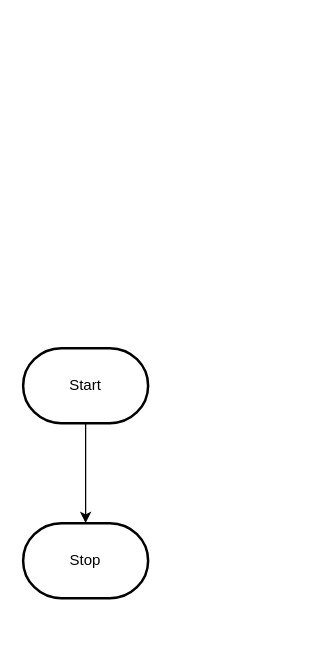
The draw.io diagram design/flowchart.drawio in MTHS-ICS2O-2-2022/ICS2O-Unit-6-04-alyssia-fung, before the edit. Source tidied: cells renumbered, new cells numbered last; positions are measured from the earlier drawing's top-left corner, leaving out a move shared by most shapes. Both pictures are drawn from the tidied source at 125%, with x=0, y=0 at pixel (22, 348).
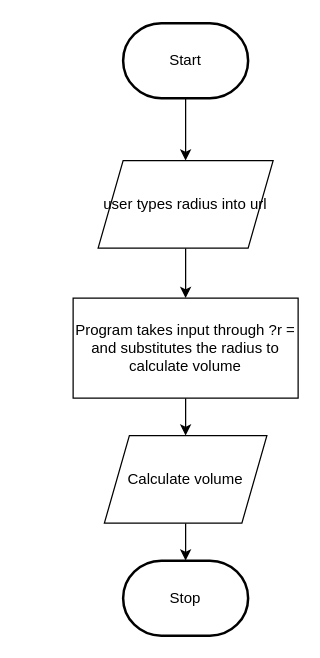
After the change.

The edit, as a diff of the source:
```diff
@@
 <mxGraphModel>
   <root>
     <mxCell id="0" />
     <mxCell id="1" parent="0" />
-    <mxCell id="2" style="edgeStyle=orthogonalEdgeStyle;html=1;rounded=0;" parent="1" edge="1" source="3" target="4">
+    <mxCell id="2" style="edgeStyle=orthogonalEdgeStyle;html=1;rounded=0;" parent="1" edge="1" source="3" target="6">
       <mxGeometry relative="1" as="geometry" />
     </mxCell>
     <mxCell id="3" value="Start" style="strokeWidth=2;html=1;shape=mxgraph.flowchart.terminator;whiteSpace=wrap;" parent="1" vertex="1">
-      <mxGeometry width="100" height="60" as="geometry" />
+      <mxGeometry x="80" y="-260" width="100" height="60" as="geometry" />
     </mxCell>
     <mxCell id="4" value="Stop" style="strokeWidth=2;html=1;shape=mxgraph.flowchart.terminator;whiteSpace=wrap;" parent="1" vertex="1">
-      <mxGeometry y="140" width="100" height="60" as="geometry" />
+      <mxGeometry x="80" y="170" width="100" height="60" as="geometry" />
     </mxCell>
+    <mxCell id="5" style="edgeStyle=orthogonalEdgeStyle;rounded=0;html=1;entryX=0.5;entryY=0;entryDx=0;entryDy=0;" parent="1" edge="1" source="6" target="10">
+      <mxGeometry relative="1" as="geometry" />
+    </mxCell>
+    <mxCell id="6" value="user types radius into url" style="shape=parallelogram;perimeter=parallelogramPerimeter;whiteSpace=wrap;html=1;fixedSize=1;" parent="1" vertex="1">
+      <mxGeometry x="60" y="-150" width="140" height="70" as="geometry" />
+    </mxCell>
+    <mxCell id="7" style="edgeStyle=orthogonalEdgeStyle;rounded=0;html=1;" parent="1" edge="1" source="8" target="4">
+      <mxGeometry relative="1" as="geometry" />
+    </mxCell>
+    <mxCell id="8" value="Calculate volume" style="shape=parallelogram;perimeter=parallelogramPerimeter;whiteSpace=wrap;html=1;fixedSize=1;" parent="1" vertex="1">
+      <mxGeometry x="65" y="70" width="130" height="70" as="geometry" />
+    </mxCell>
+    <mxCell id="9" style="edgeStyle=orthogonalEdgeStyle;rounded=0;html=1;entryX=0.5;entryY=0;entryDx=0;entryDy=0;" parent="1" edge="1" source="10" target="8">
+      <mxGeometry relative="1" as="geometry" />
+    </mxCell>
+    <mxCell id="10" value="Program takes input through ?r = and substitutes the radius to calculate volume" style="rounded=0;whiteSpace=wrap;html=1;" parent="1" vertex="1">
+      <mxGeometry x="40" y="-40" width="180" height="80" as="geometry" />
+    </mxCell>
   </root>
 </mxGraphModel>
```
